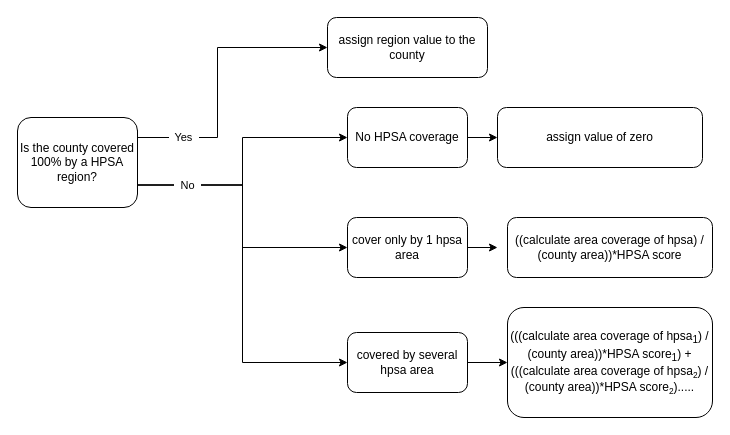
Earlier version of the draw.io diagram HPSA.drawio (dealchre/gradDrawio). Source tidied: cells renumbered, new cells numbered last; positions are measured from the earlier drawing's top-left corner, leaving out a move shared by most shapes. Both pictures are drawn from the tidied source at 100%, with x=0, y=0 at pixel (17, 17).
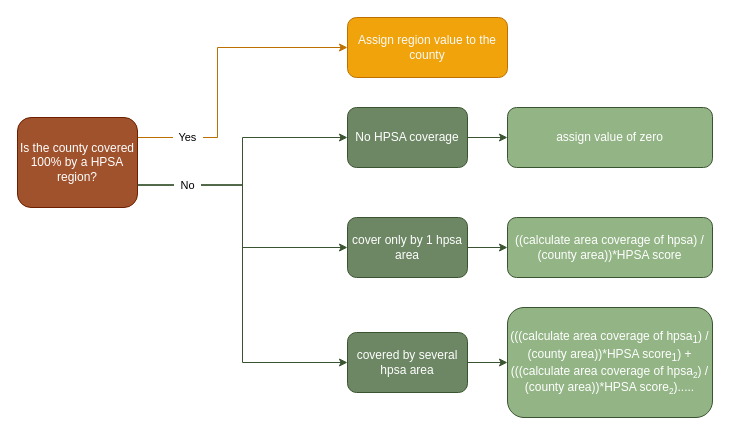
Above is the later version.

Change to the diagram source:
```diff
@@
 <mxGraphModel>
   <root>
     <mxCell id="0" />
     <mxCell id="1" parent="0" />
-    <mxCell id="2" value="&amp;nbsp; Yes&amp;nbsp;&amp;nbsp;" style="edgeStyle=orthogonalEdgeStyle;rounded=0;jettySize=auto;html=1;exitX=1;exitY=0.25;exitDx=0;exitDy=0;entryX=0;entryY=0.5;entryDx=0;entryDy=0;" parent="1" edge="1" target="5">
+    <mxCell id="2" value="&amp;nbsp; Yes&amp;nbsp;&amp;nbsp;" style="edgeStyle=orthogonalEdgeStyle;rounded=0;jettySize=auto;html=1;exitX=1;exitY=0.25;exitDx=0;exitDy=0;entryX=0;entryY=0.5;entryDx=0;entryDy=0;strokeColor=#BD7000;" parent="1" edge="1" target="5">
       <mxGeometry x="-0.63" relative="1" as="geometry">
         <mxPoint x="120" y="112.5" as="sourcePoint" />
         <Array as="points">
           <mxPoint x="120" y="120" />
           <mxPoint x="200" y="120" />
           <mxPoint x="200" y="30" />
         </Array>
       </mxGeometry>
     </mxCell>
-    <mxCell id="3" style="edgeStyle=orthogonalEdgeStyle;rounded=0;jettySize=auto;html=1;exitX=1;exitY=0.75;exitDx=0;exitDy=0;entryX=0;entryY=0.5;entryDx=0;entryDy=0;" parent="1" edge="1" source="4" target="7">
+    <mxCell id="3" style="edgeStyle=orthogonalEdgeStyle;rounded=0;jettySize=auto;html=1;exitX=1;exitY=0.75;exitDx=0;exitDy=0;entryX=0;entryY=0.5;entryDx=0;entryDy=0;strokeColor=#3A5431;" parent="1" edge="1" source="4" target="7">
       <mxGeometry relative="1" as="geometry" />
     </mxCell>
-    <mxCell id="4" value="Is the county covered 100% by a HPSA region?" style="rounded=1;whiteSpace=wrap;html=1;" parent="1" vertex="1">
+    <mxCell id="4" value="Is the county covered 100% by a HPSA region?" style="rounded=1;whiteSpace=wrap;html=1;fillColor=#a0522d;strokeColor=#6D1F00;fontColor=#ffffff;" parent="1" vertex="1">
       <mxGeometry y="100" width="120" height="90" as="geometry" />
     </mxCell>
-    <mxCell id="5" value="assign region value to the county" style="rounded=1;whiteSpace=wrap;html=1;" parent="1" vertex="1">
-      <mxGeometry x="310" width="160" height="60" as="geometry" />
+    <mxCell id="5" value="Assign region value to the county" style="rounded=1;whiteSpace=wrap;html=1;fillColor=#f0a30a;strokeColor=#BD7000;fontColor=#FAFAFA;" parent="1" vertex="1">
+      <mxGeometry x="330" width="160" height="60" as="geometry" />
     </mxCell>
-    <mxCell id="6" style="edgeStyle=orthogonalEdgeStyle;rounded=0;jettySize=auto;html=1;exitX=1;exitY=0.5;exitDx=0;exitDy=0;" parent="1" edge="1" source="7" target="12">
+    <mxCell id="6" style="edgeStyle=orthogonalEdgeStyle;rounded=0;jettySize=auto;html=1;exitX=1;exitY=0.5;exitDx=0;exitDy=0;fillColor=#6d8764;strokeColor=#3A5431;" parent="1" edge="1" source="7" target="12">
       <mxGeometry relative="1" as="geometry" />
     </mxCell>
-    <mxCell id="7" value="covered by several hpsa area" style="rounded=1;whiteSpace=wrap;html=1;" parent="1" vertex="1">
+    <mxCell id="7" value="covered by several hpsa area" style="rounded=1;whiteSpace=wrap;html=1;fillColor=#6d8764;strokeColor=#3A5431;fontColor=#ffffff;" parent="1" vertex="1">
       <mxGeometry x="330" y="315" width="120" height="60" as="geometry" />
     </mxCell>
-    <mxCell id="8" style="edgeStyle=orthogonalEdgeStyle;rounded=0;jettySize=auto;html=1;exitX=1;exitY=0.5;exitDx=0;exitDy=0;" parent="1" edge="1" source="9">
-      <mxGeometry relative="1" as="geometry">
-        <mxPoint x="480" y="229.8" as="targetPoint" />
-      </mxGeometry>
+    <mxCell id="8" style="edgeStyle=orthogonalEdgeStyle;rounded=0;jettySize=auto;html=1;exitX=1;exitY=0.5;exitDx=0;exitDy=0;fillColor=#6d8764;strokeColor=#3A5431;entryX=0;entryY=0.5;entryDx=0;entryDy=0;" parent="1" edge="1" source="9" target="11">
+      <mxGeometry relative="1" as="geometry" />
     </mxCell>
-    <mxCell id="9" value="cover only by 1 hpsa area" style="rounded=1;whiteSpace=wrap;html=1;" parent="1" vertex="1">
+    <mxCell id="9" value="cover only by 1 hpsa area" style="rounded=1;whiteSpace=wrap;html=1;fillColor=#6d8764;strokeColor=#3A5431;fontColor=#ffffff;" parent="1" vertex="1">
       <mxGeometry x="330" y="200" width="120" height="60" as="geometry" />
     </mxCell>
-    <mxCell id="10" style="edgeStyle=orthogonalEdgeStyle;rounded=0;jettySize=auto;html=1;exitX=1;exitY=0.75;exitDx=0;exitDy=0;entryX=0;entryY=0.5;entryDx=0;entryDy=0;" parent="1" edge="1" source="4" target="9">
+    <mxCell id="10" style="edgeStyle=orthogonalEdgeStyle;rounded=0;jettySize=auto;html=1;exitX=1;exitY=0.75;exitDx=0;exitDy=0;entryX=0;entryY=0.5;entryDx=0;entryDy=0;strokeColor=#3A5431;" parent="1" edge="1" source="4" target="9">
       <mxGeometry relative="1" as="geometry" />
     </mxCell>
-    <mxCell id="11" value="((calculate area coverage of hpsa) / (county area))*HPSA score" style="rounded=1;whiteSpace=wrap;html=1;" parent="1" vertex="1">
+    <mxCell id="11" value="((calculate area coverage of hpsa) / (county area))*HPSA score" style="rounded=1;whiteSpace=wrap;html=1;fillColor=#93B586;strokeColor=#3A5431;fontColor=#ffffff;" parent="1" vertex="1">
       <mxGeometry x="490" y="200" width="205" height="60" as="geometry" />
     </mxCell>
-    <mxCell id="12" value="(((calculate area coverage of hpsa&lt;sub&gt;1&lt;/sub&gt;) / (county area))*HPSA score&lt;sub&gt;1&lt;/sub&gt;) +(((calculate area coverage of hpsa&lt;span style=&quot;font-size: 10px;&quot;&gt;&lt;sub&gt;2&lt;/sub&gt;&lt;/span&gt;) / (county area))*HPSA score&lt;span style=&quot;font-size: 10px;&quot;&gt;&lt;sub&gt;2&lt;/sub&gt;&lt;/span&gt;)....." style="rounded=1;whiteSpace=wrap;html=1;" parent="1" vertex="1">
+    <mxCell id="12" value="(((calculate area coverage of hpsa&lt;sub&gt;1&lt;/sub&gt;) / (county area))*HPSA score&lt;sub&gt;1&lt;/sub&gt;) +(((calculate area coverage of hpsa&lt;span style=&quot;font-size: 10px;&quot;&gt;&lt;sub&gt;2&lt;/sub&gt;&lt;/span&gt;) / (county area))*HPSA score&lt;span style=&quot;font-size: 10px;&quot;&gt;&lt;sub&gt;2&lt;/sub&gt;&lt;/span&gt;)....." style="rounded=1;whiteSpace=wrap;html=1;fillColor=#93B586;strokeColor=#3A5431;fontColor=#ffffff;" parent="1" vertex="1">
       <mxGeometry x="490" y="290" width="205" height="110" as="geometry" />
     </mxCell>
-    <mxCell id="13" style="edgeStyle=orthogonalEdgeStyle;rounded=0;jettySize=auto;html=1;exitX=1;exitY=0.5;exitDx=0;exitDy=0;entryX=0;entryY=0.5;entryDx=0;entryDy=0;" parent="1" edge="1" source="14" target="15">
+    <mxCell id="13" style="edgeStyle=orthogonalEdgeStyle;rounded=0;jettySize=auto;html=1;exitX=1;exitY=0.5;exitDx=0;exitDy=0;entryX=0;entryY=0.5;entryDx=0;entryDy=0;fillColor=#6d8764;strokeColor=#3A5431;" parent="1" edge="1" source="14" target="15">
       <mxGeometry relative="1" as="geometry" />
     </mxCell>
-    <mxCell id="14" value="No HPSA coverage" style="rounded=1;whiteSpace=wrap;html=1;" parent="1" vertex="1">
+    <mxCell id="14" value="No HPSA coverage" style="rounded=1;whiteSpace=wrap;html=1;fillColor=#6d8764;strokeColor=#3A5431;fontColor=#ffffff;" parent="1" vertex="1">
       <mxGeometry x="330" y="90" width="120" height="60" as="geometry" />
     </mxCell>
-    <mxCell id="15" value="assign value of zero" style="rounded=1;whiteSpace=wrap;html=1;" parent="1" vertex="1">
-      <mxGeometry x="480" y="90" width="205" height="60" as="geometry" />
+    <mxCell id="15" value="assign value of zero" style="rounded=1;whiteSpace=wrap;html=1;fillColor=#93B586;strokeColor=#3A5431;fontColor=#ffffff;" parent="1" vertex="1">
+      <mxGeometry x="490" y="90" width="205" height="60" as="geometry" />
     </mxCell>
-    <mxCell id="16" value="&amp;nbsp; No&amp;nbsp;&amp;nbsp;" style="edgeStyle=orthogonalEdgeStyle;rounded=0;jettySize=auto;html=1;exitX=1;exitY=0.75;exitDx=0;exitDy=0;entryX=0;entryY=0.5;entryDx=0;entryDy=0;" parent="1" edge="1" source="4" target="14">
+    <mxCell id="16" value="&amp;nbsp; No&amp;nbsp;&amp;nbsp;" style="edgeStyle=orthogonalEdgeStyle;rounded=0;jettySize=auto;html=1;exitX=1;exitY=0.75;exitDx=0;exitDy=0;entryX=0;entryY=0.5;entryDx=0;entryDy=0;strokeColor=#3A5431;" parent="1" edge="1" source="4" target="14">
       <mxGeometry x="-0.61" relative="1" as="geometry" />
     </mxCell>
   </root>
 </mxGraphModel>
```
